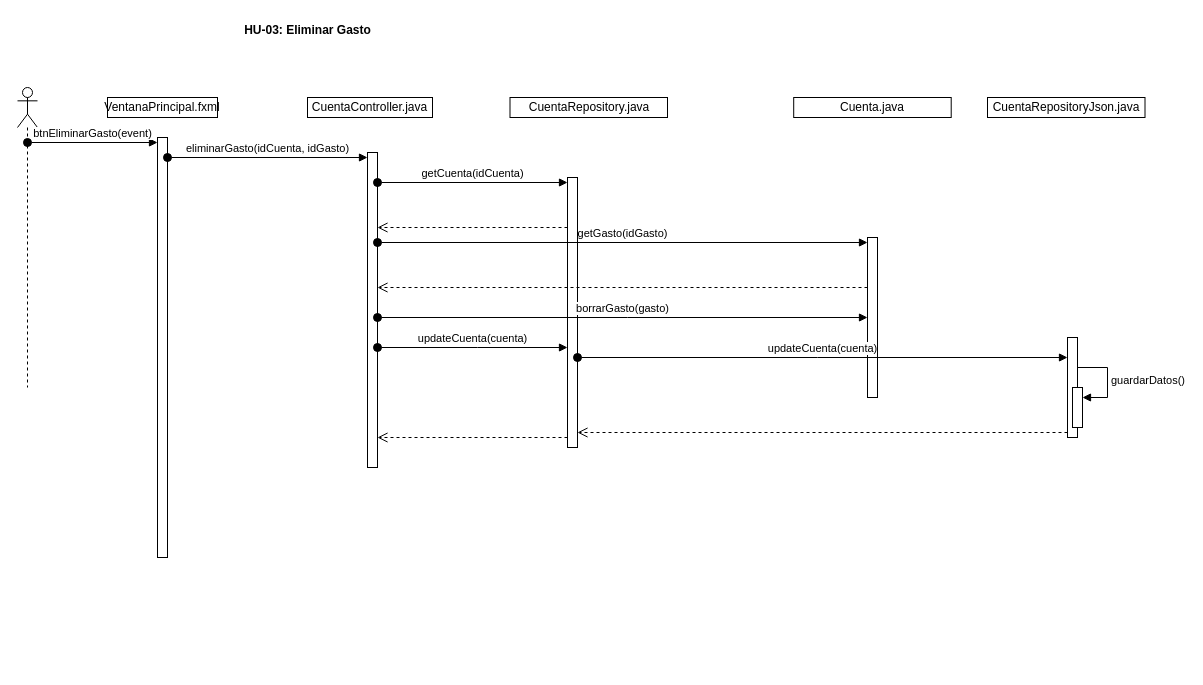
Before: GestionDeGastos/docs/diagramas/DiagramaHU-03.drawio in CarmenMadrid/proyecto-tds, a draw.io diagram. Source tidied: cells renumbered, new cells numbered last; positions are measured from the earlier drawing's top-left corner, leaving out a move shared by most shapes. Both pictures are drawn from the tidied source at 100%, with x=0, y=0 at pixel (17, 17).
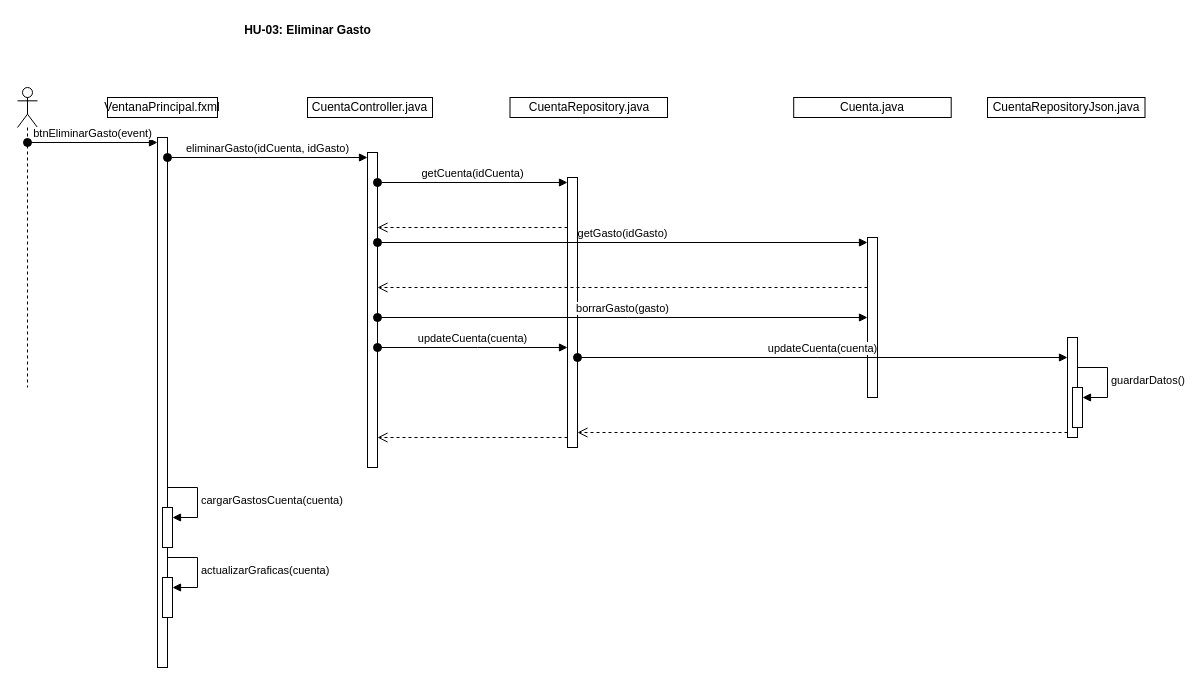
Above is the later version.

Diff of the diagram source:
```diff
@@
     <mxCell id="3" style="html=1;points=[[0,0,0,0,5],[0,1,0,0,-5],[1,0,0,0,5],[1,1,0,0,-5]];perimeter=orthogonalPerimeter;outlineConnect=0;targetShapes=umlLifeline;portConstraint=eastwest;newEdgeStyle={&quot;curved&quot;:0,&quot;rounded&quot;:0};" parent="1" vertex="1">
-      <mxGeometry x="140" y="120" width="10" height="420" as="geometry" />
+      <mxGeometry x="140" y="120" width="10" height="530" as="geometry" />
     </mxCell>
@@
+    <mxCell id="27" style="html=1;points=[[0,0,0,0,5],[0,1,0,0,-5],[1,0,0,0,5],[1,1,0,0,-5]];perimeter=orthogonalPerimeter;outlineConnect=0;targetShapes=umlLifeline;portConstraint=eastwest;newEdgeStyle={&quot;curved&quot;:0,&quot;rounded&quot;:0};" parent="1" vertex="1">
+      <mxGeometry x="145" y="490" width="10" height="40" as="geometry" />
+    </mxCell>
+    <mxCell id="28" value="cargarGastosCuenta(cuenta)" style="html=1;align=left;spacingLeft=2;endArrow=block;rounded=0;edgeStyle=orthogonalEdgeStyle;curved=0;rounded=0;" parent="1" edge="1" target="27">
+      <mxGeometry relative="1" as="geometry">
+        <mxPoint x="150" y="470" as="sourcePoint" />
+        <Array as="points">
+          <mxPoint x="180" y="500" />
+        </Array>
+      </mxGeometry>
+    </mxCell>
+    <mxCell id="29" style="html=1;points=[[0,0,0,0,5],[0,1,0,0,-5],[1,0,0,0,5],[1,1,0,0,-5]];perimeter=orthogonalPerimeter;outlineConnect=0;targetShapes=umlLifeline;portConstraint=eastwest;newEdgeStyle={&quot;curved&quot;:0,&quot;rounded&quot;:0};" parent="1" vertex="1">
+      <mxGeometry x="145" y="560" width="10" height="40" as="geometry" />
+    </mxCell>
+    <mxCell id="30" value="actualizarGraficas(cuenta)" style="html=1;align=left;spacingLeft=2;endArrow=block;rounded=0;edgeStyle=orthogonalEdgeStyle;curved=0;rounded=0;" parent="1" edge="1" target="29">
+      <mxGeometry relative="1" as="geometry">
+        <mxPoint x="150" y="540" as="sourcePoint" />
+        <Array as="points">
+          <mxPoint x="180" y="570" />
+        </Array>
+      </mxGeometry>
+    </mxCell>
```
